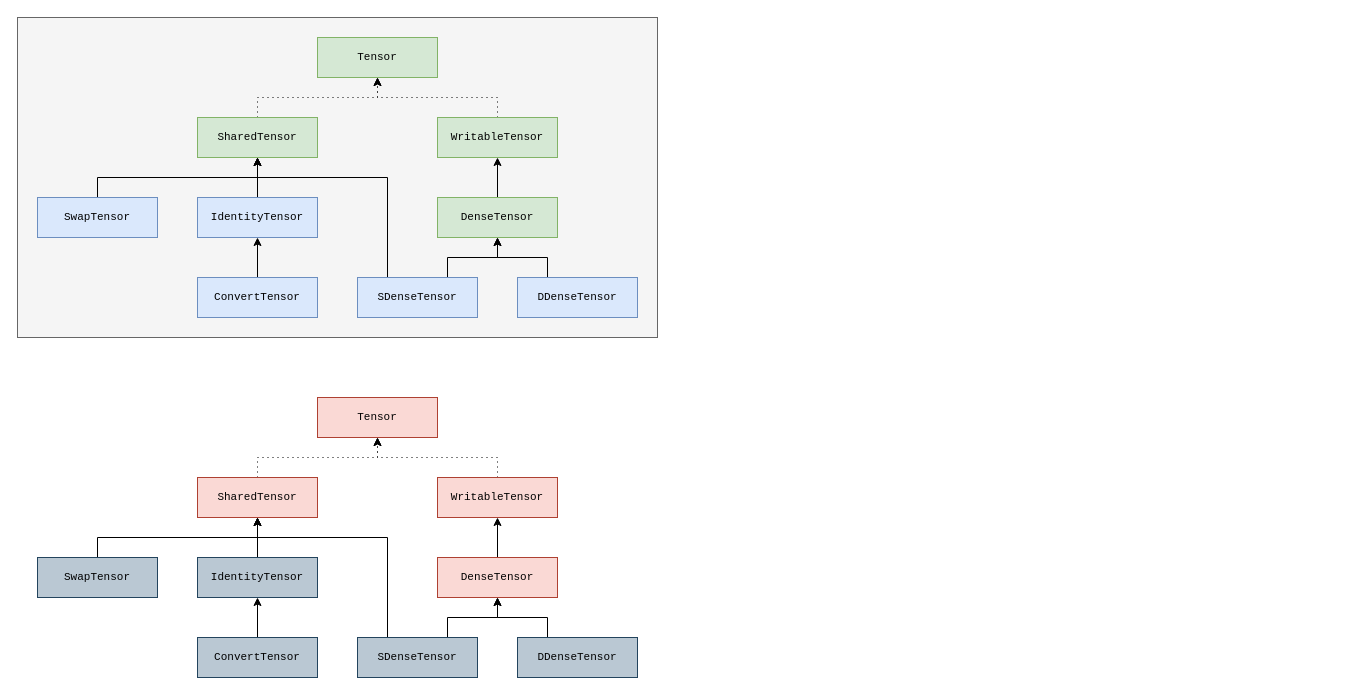
Before: page "hierarchy" (4 of 5) of misc/qtnh.drawio in jjacobx/qtnh, a draw.io diagram. Source tidied: cells renumbered, new cells numbered last; positions are measured from the earlier drawing's top-left corner, leaving out a move shared by most shapes. Both pictures are drawn from the tidied source at 100%, with x=0, y=0 at pixel (17, 17).
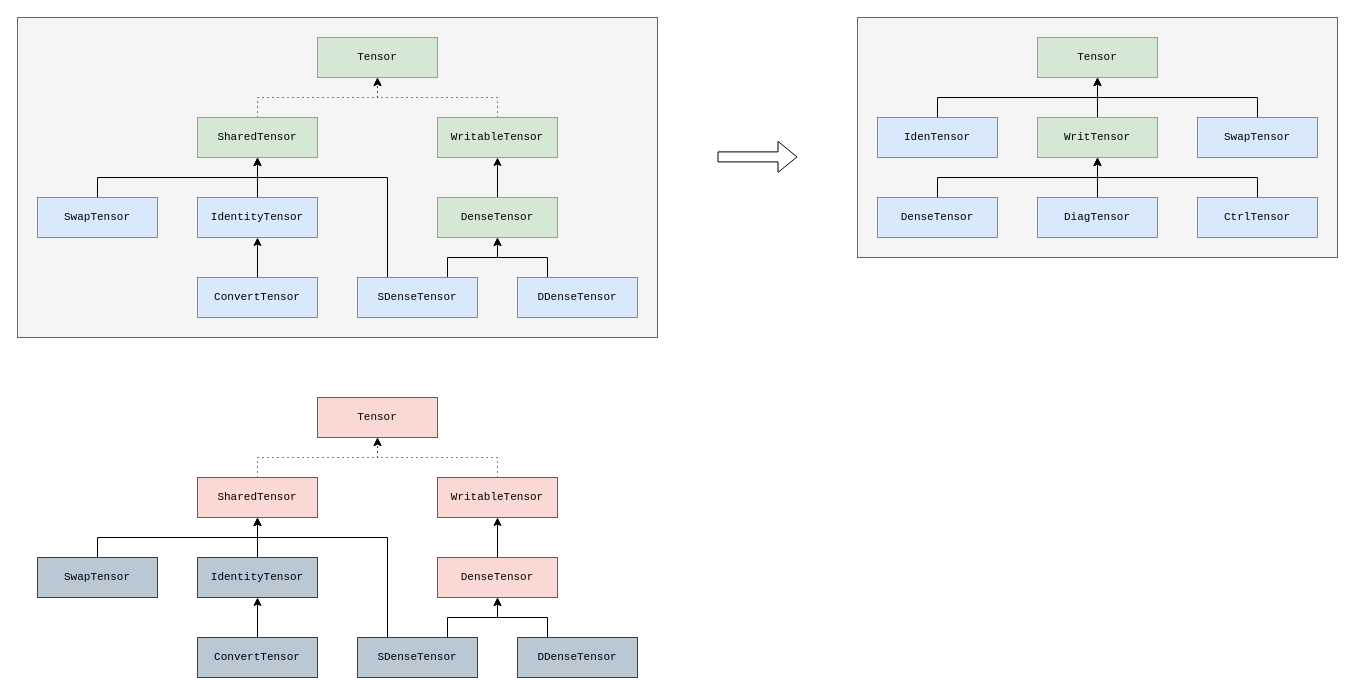
The same diagram, later.

Commit message:
Added new reworked class diagram

What changed in the source:
```diff
@@
+    <mxCell id="39" style="rounded=0;whiteSpace=wrap;html=1;fillColor=#f5f5f5;fontColor=#333333;strokeColor=#666666;" parent="1" vertex="1">
+      <mxGeometry x="840" width="480" height="240" as="geometry" />
+    </mxCell>
@@
+    <mxCell id="40" value="Tensor" style="html=1;whiteSpace=wrap;fontSize=11;fontFamily=Courier New;fillColor=#d5e8d4;strokeColor=#82b366;" parent="1" vertex="1">
+      <mxGeometry x="1020" y="20" width="120" height="40" as="geometry" />
+    </mxCell>
+    <mxCell id="41" style="edgeStyle=orthogonalEdgeStyle;rounded=0;jettySize=auto;html=1;exitX=0.5;exitY=0;exitDx=0;exitDy=0;entryX=0.5;entryY=1;entryDx=0;entryDy=0;" parent="1" edge="1" source="42" target="40">
+      <mxGeometry relative="1" as="geometry" />
+    </mxCell>
+    <mxCell id="42" value="WritTensor" style="html=1;whiteSpace=wrap;fontSize=11;fontFamily=Courier New;fillColor=#d5e8d4;strokeColor=#82b366;" parent="1" vertex="1">
+      <mxGeometry x="1020" y="100" width="120" height="40" as="geometry" />
+    </mxCell>
+    <mxCell id="43" style="edgeStyle=orthogonalEdgeStyle;rounded=0;jettySize=auto;html=1;exitX=0.5;exitY=0;exitDx=0;exitDy=0;entryX=0.5;entryY=1;entryDx=0;entryDy=0;" parent="1" edge="1" source="44" target="42">
+      <mxGeometry relative="1" as="geometry" />
+    </mxCell>
+    <mxCell id="44" value="DenseTensor" style="html=1;whiteSpace=wrap;fontSize=11;fontFamily=Courier New;fillColor=#dae8fc;strokeColor=#6c8ebf;" parent="1" vertex="1">
+      <mxGeometry x="860" y="180" width="120" height="40" as="geometry" />
+    </mxCell>
+    <mxCell id="45" style="edgeStyle=orthogonalEdgeStyle;rounded=0;jettySize=auto;html=1;exitX=0.5;exitY=0;exitDx=0;exitDy=0;entryX=0.5;entryY=1;entryDx=0;entryDy=0;" parent="1" edge="1" source="46" target="40">
+      <mxGeometry relative="1" as="geometry" />
+    </mxCell>
+    <mxCell id="46" value="SwapTensor" style="html=1;whiteSpace=wrap;fontSize=11;fontFamily=Courier New;fillColor=#dae8fc;strokeColor=#6c8ebf;" parent="1" vertex="1">
+      <mxGeometry x="1180" y="100" width="120" height="40" as="geometry" />
+    </mxCell>
+    <mxCell id="47" style="edgeStyle=orthogonalEdgeStyle;rounded=0;jettySize=auto;html=1;exitX=0.5;exitY=0;exitDx=0;exitDy=0;entryX=0.5;entryY=1;entryDx=0;entryDy=0;" parent="1" edge="1" source="48" target="40">
+      <mxGeometry relative="1" as="geometry" />
+    </mxCell>
+    <mxCell id="48" value="IdenTensor" style="html=1;whiteSpace=wrap;fontSize=11;fontFamily=Courier New;fillColor=#dae8fc;strokeColor=#6c8ebf;" parent="1" vertex="1">
+      <mxGeometry x="860" y="100" width="120" height="40" as="geometry" />
+    </mxCell>
+    <mxCell id="49" style="edgeStyle=orthogonalEdgeStyle;rounded=0;jettySize=auto;html=1;exitX=0.5;exitY=0;exitDx=0;exitDy=0;entryX=0.5;entryY=1;entryDx=0;entryDy=0;" parent="1" edge="1" source="50" target="42">
+      <mxGeometry relative="1" as="geometry" />
+    </mxCell>
+    <mxCell id="50" value="DiagTensor" style="html=1;whiteSpace=wrap;fontSize=11;fontFamily=Courier New;fillColor=#dae8fc;strokeColor=#6c8ebf;" parent="1" vertex="1">
+      <mxGeometry x="1020" y="180" width="120" height="40" as="geometry" />
+    </mxCell>
+    <mxCell id="51" style="edgeStyle=orthogonalEdgeStyle;rounded=0;jettySize=auto;html=1;exitX=0.5;exitY=0;exitDx=0;exitDy=0;entryX=0.5;entryY=1;entryDx=0;entryDy=0;" parent="1" edge="1" source="52" target="42">
+      <mxGeometry relative="1" as="geometry" />
+    </mxCell>
+    <mxCell id="52" value="CtrlTensor" style="html=1;whiteSpace=wrap;fontSize=11;fontFamily=Courier New;fillColor=#dae8fc;strokeColor=#6c8ebf;" parent="1" vertex="1">
+      <mxGeometry x="1180" y="180" width="120" height="40" as="geometry" />
+    </mxCell>
+    <mxCell id="53" style="shape=flexArrow;endArrow=classic;html=1;rounded=0;" parent="1" edge="1">
+      <mxGeometry relative="1" as="geometry">
+        <mxPoint x="700" y="139.4" as="sourcePoint" />
+        <mxPoint x="780" y="139.4" as="targetPoint" />
+      </mxGeometry>
+    </mxCell>
```
